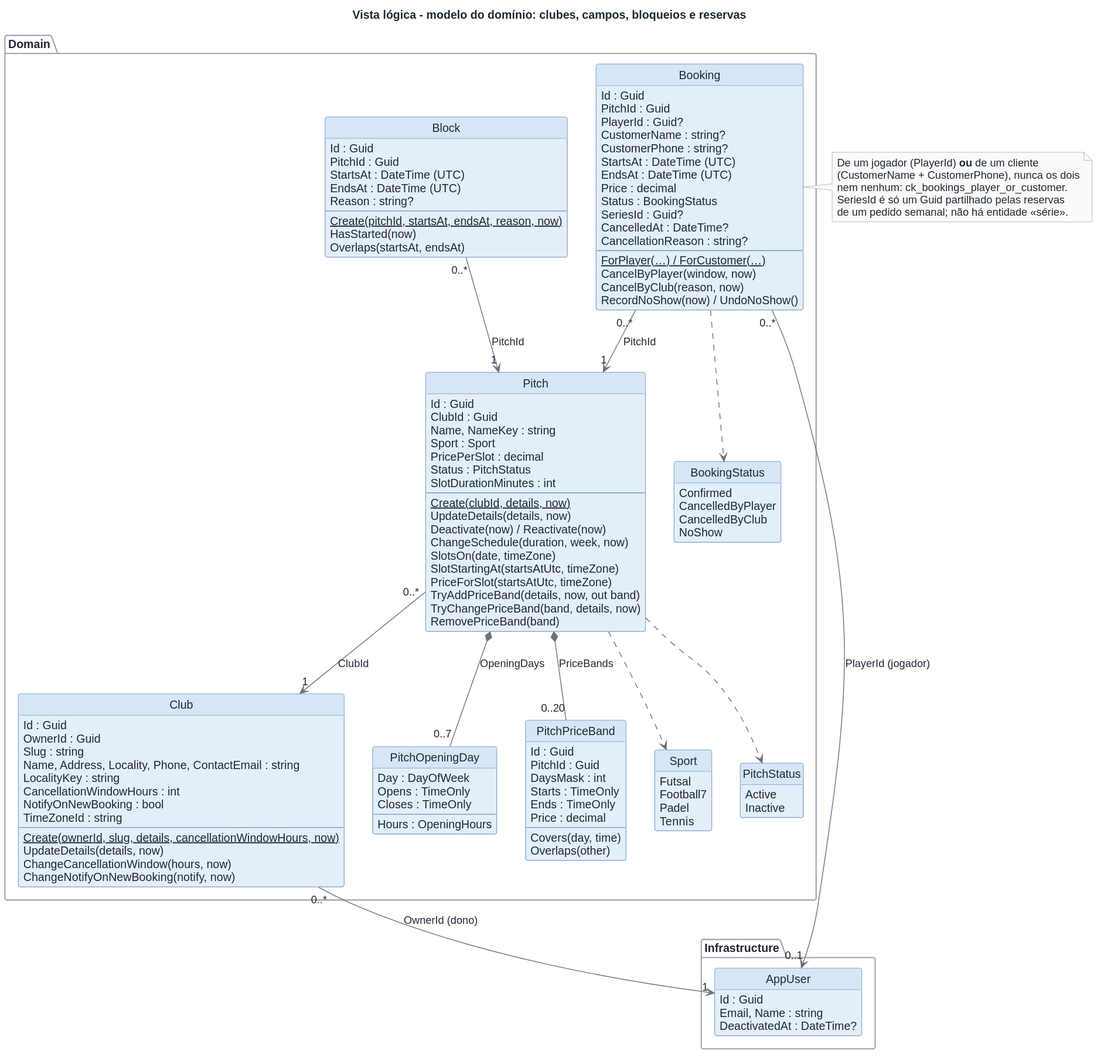
The PlantUML diagram docs/architecture/out/logical-domain-booking.svg in rodrigo4sousa/SportsEstablishments, before a commit.
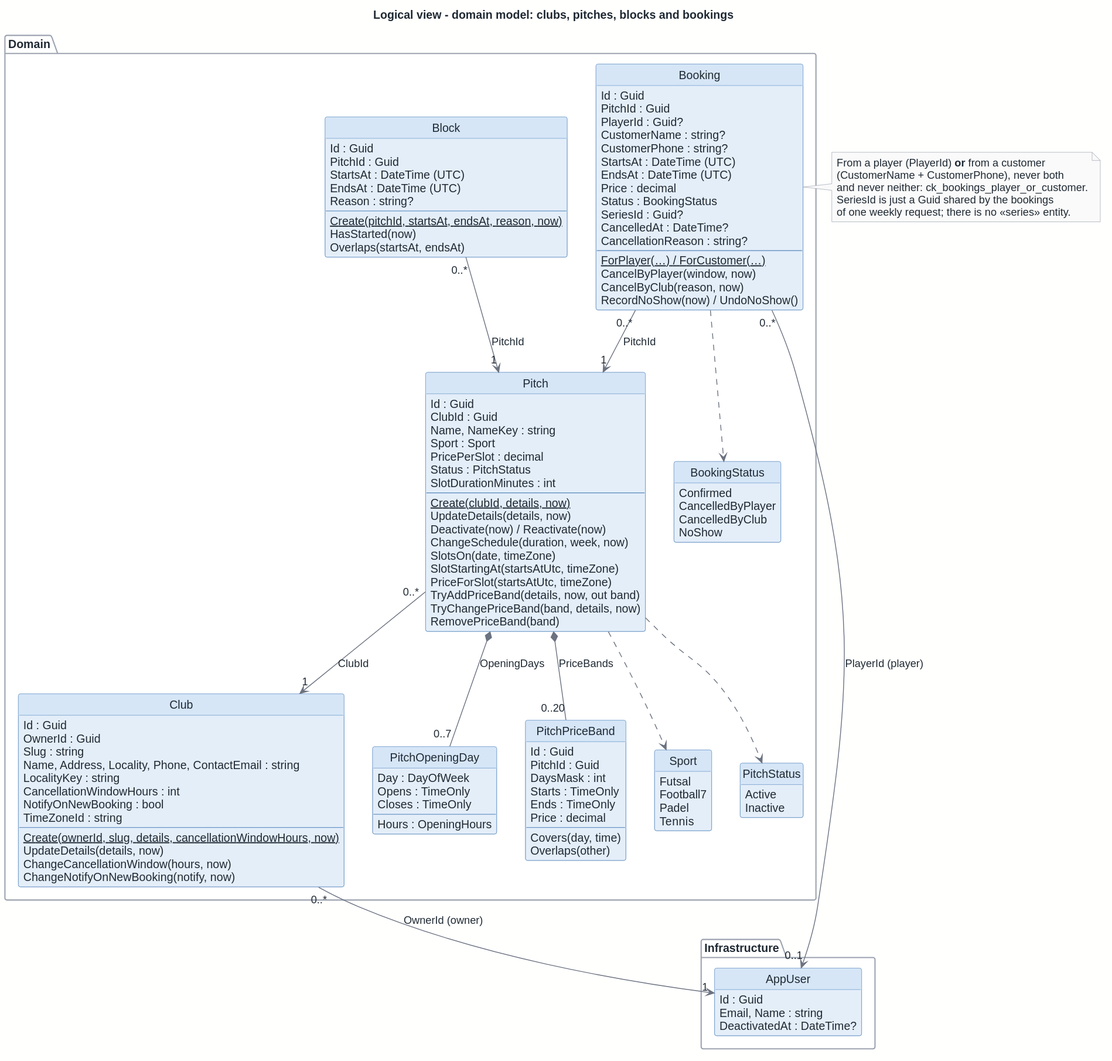
Later version of the same file.

Diff of the diagram source:
```diff
@@ -1,6 +1,6 @@
 @startuml
 !include ../style.puml
-title Vista lógica - modelo do domínio: clubes, campos, bloqueios e reservas
+title Logical view - domain model: clubs, pitches, blocks and bookings
 
 hide empty members
 
@@ -122,22 +122,22 @@
   }
 }
 
-D_CLUB "0..*" --> "1" D_USER : OwnerId (dono)
+D_CLUB "0..*" --> "1" D_USER : OwnerId (owner)
 D_PITCH "0..*" --> "1" D_CLUB : ClubId
 D_PITCH *-- "0..7" D_OPENDAY : OpeningDays
 D_PITCH *-- "0..20" D_PRICEBAND : PriceBands
 D_BLOCK "0..*" --> "1" D_PITCH : PitchId
 D_BOOKING "0..*" --> "1" D_PITCH : PitchId
-D_BOOKING "0..*" --> "0..1" D_USER : PlayerId (jogador)
+D_BOOKING "0..*" --> "0..1" D_USER : PlayerId (player)
 D_PITCH ..> D_PITCH_Sport
 D_PITCH ..> D_PITCH_PitchStatus
 D_BOOKING ..> D_BOOKING_BookingStatus
 
 note right of D_BOOKING
-  De um jogador (PlayerId) **ou** de um cliente
-  (CustomerName + CustomerPhone), nunca os dois
-  nem nenhum: ck_bookings_player_or_customer.
-  SeriesId é só um Guid partilhado pelas reservas
-  de um pedido semanal; não há entidade «série».
+  From a player (PlayerId) **or** from a customer
+  (CustomerName + CustomerPhone), never both
+  and never neither: ck_bookings_player_or_customer.
+  SeriesId is just a Guid shared by the bookings
+  of one weekly request; there is no «series» entity.
 end note
 @enduml
```
